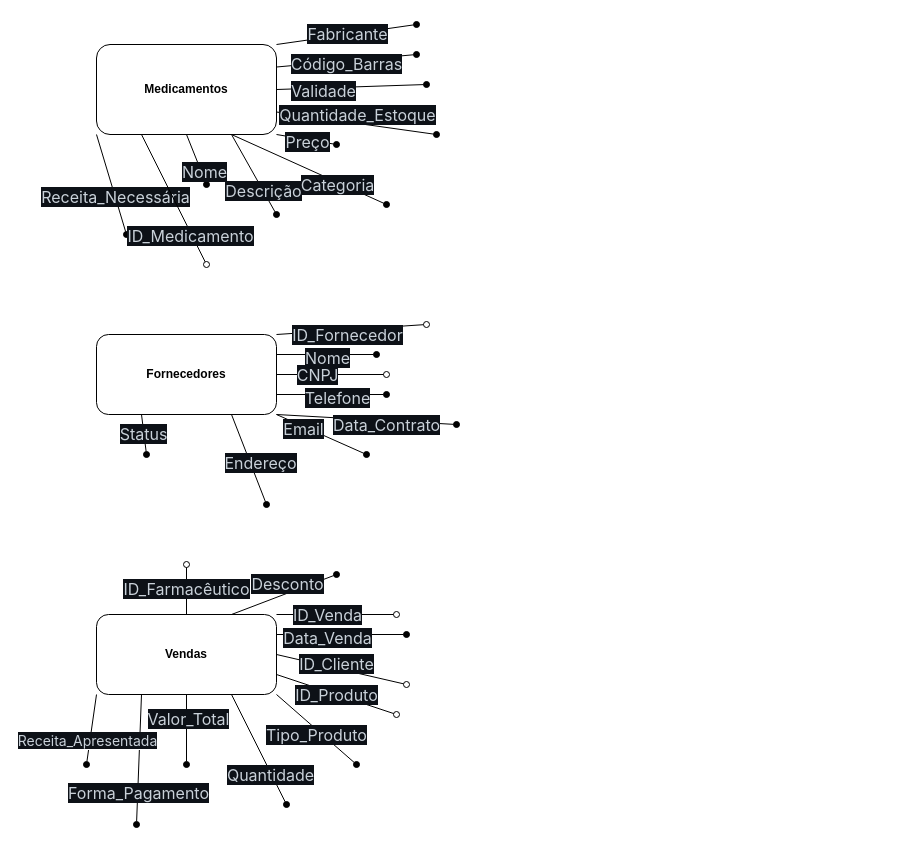
The draw.io diagram diagrams/diagramas.drawio in and3510/Bank_Pharmacie_Work, before the edit. Source tidied: cells renumbered, new cells numbered last; positions are measured from the earlier drawing's top-left corner, leaving out a move shared by most shapes. Both pictures are drawn from the tidied source at 100%, with x=0, y=0 at pixel (86, 24).
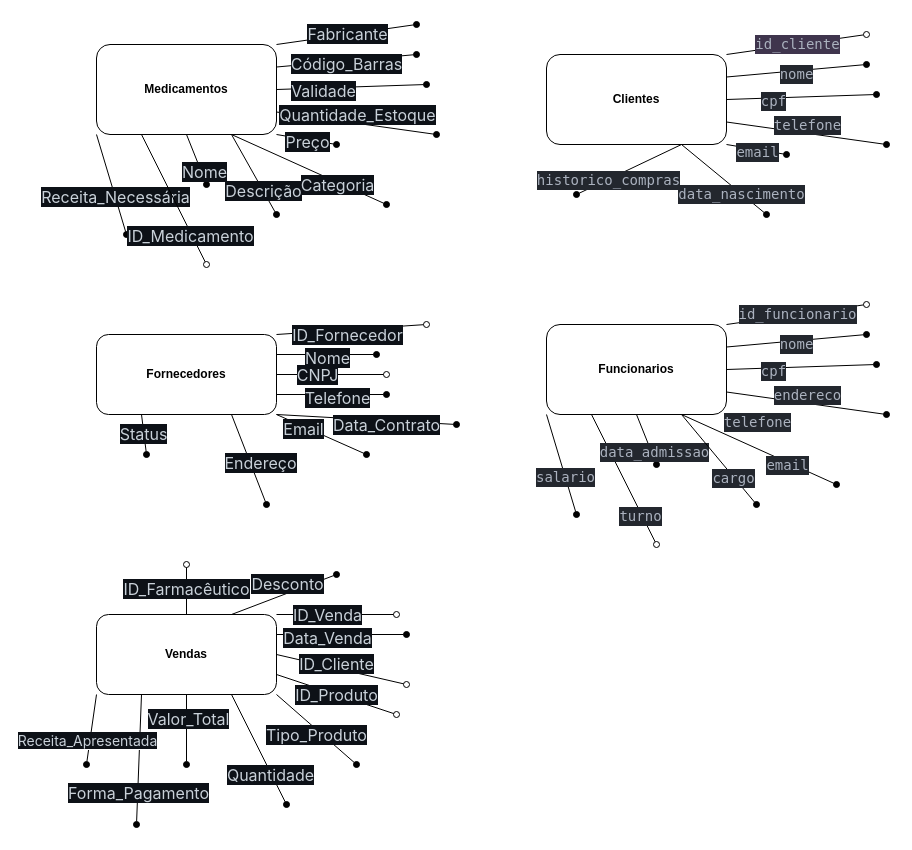
After the change.

Commit message (it also covers changes not shown here):
add tabelas e diagramas

Unchanged cells that the change refers to:
```xml
<mxCell id="44" value="&lt;b&gt;Medicamentos&lt;/b&gt;" style="rounded=1;whiteSpace=wrap;html=1;" parent="1" vertex="1">
  <mxGeometry x="10" y="20" width="180" height="90" as="geometry" />
</mxCell>
```

What changed in the source:
```diff
@@
-    <mxCell id="26" style="edgeStyle=none;html=1;exitX=0.25;exitY=1;exitDx=0;exitDy=0;endArrow=oval;endFill=0;" parent="1" edge="1" source="44">
+    <mxCell id="26" style="edgeStyle=none;html=1;exitX=0.25;exitY=1;exitDx=0;exitDy=0;endArrow=oval;endFill=0;fontStyle=1;" parent="1" edge="1" source="44">
       <mxGeometry relative="1" as="geometry">
         <mxPoint x="120" y="240" as="targetPoint" />
       </mxGeometry>
     </mxCell>
@@
+    <mxCell id="61" style="edgeStyle=none;html=1;exitX=0.75;exitY=1;exitDx=0;exitDy=0;endArrow=oval;endFill=1;" parent="1" edge="1" source="75">
+      <mxGeometry relative="1" as="geometry">
+        <mxPoint x="490" y="170" as="targetPoint" />
+      </mxGeometry>
+    </mxCell>
+    <mxCell id="62" value="&lt;div style=&quot;color: rgb(171, 178, 191); background-color: rgb(35, 39, 46); font-family: &amp;quot;Droid Sans Mono&amp;quot;, &amp;quot;monospace&amp;quot;, monospace; font-size: 14px; line-height: 19px;&quot;&gt;historico_compras&lt;/div&gt;" style="edgeLabel;html=1;align=center;verticalAlign=middle;" parent="61" vertex="1">
+      <mxGeometry x="0.39" relative="1" as="geometry">
+        <mxPoint y="1" as="offset" />
+      </mxGeometry>
+    </mxCell>
+    <mxCell id="63" style="edgeStyle=none;html=1;exitX=1;exitY=1;exitDx=0;exitDy=0;endArrow=oval;endFill=1;" parent="1" edge="1" source="75">
+      <mxGeometry relative="1" as="geometry">
+        <mxPoint x="700" y="130" as="targetPoint" />
+      </mxGeometry>
+    </mxCell>
+    <mxCell id="64" value="&lt;div style=&quot;color: rgb(171, 178, 191); background-color: rgb(35, 39, 46); font-family: &amp;quot;Droid Sans Mono&amp;quot;, &amp;quot;monospace&amp;quot;, monospace; font-size: 14px; line-height: 19px;&quot;&gt;email&lt;/div&gt;" style="edgeLabel;html=1;align=center;verticalAlign=middle;" parent="63" vertex="1">
+      <mxGeometry x="0.5" relative="1" as="geometry">
+        <mxPoint x="-15" as="offset" />
+      </mxGeometry>
+    </mxCell>
+    <mxCell id="65" style="edgeStyle=none;html=1;exitX=1;exitY=0.75;exitDx=0;exitDy=0;endArrow=oval;endFill=1;" parent="1" edge="1" source="75">
+      <mxGeometry relative="1" as="geometry">
+        <mxPoint x="800" y="120" as="targetPoint" />
+      </mxGeometry>
+    </mxCell>
+    <mxCell id="66" value="&lt;div style=&quot;color: rgb(171, 178, 191); background-color: rgb(35, 39, 46); font-family: &amp;quot;Droid Sans Mono&amp;quot;, &amp;quot;monospace&amp;quot;, monospace; font-size: 14px; line-height: 19px;&quot;&gt;telefone&lt;/div&gt;" style="edgeLabel;html=1;align=center;verticalAlign=middle;" parent="65" vertex="1">
+      <mxGeometry x="-0.57" y="-1" relative="1" as="geometry">
+        <mxPoint x="46" y="-3" as="offset" />
+      </mxGeometry>
+    </mxCell>
+    <mxCell id="67" style="edgeStyle=none;html=1;exitX=1;exitY=0.5;exitDx=0;exitDy=0;endArrow=oval;endFill=1;" parent="1" edge="1" source="75">
+      <mxGeometry relative="1" as="geometry">
+        <mxPoint x="790" y="70" as="targetPoint" />
+      </mxGeometry>
+    </mxCell>
+    <mxCell id="68" value="&lt;div style=&quot;color: rgb(171, 178, 191); background-color: rgb(35, 39, 46); font-family: &amp;quot;Droid Sans Mono&amp;quot;, &amp;quot;monospace&amp;quot;, monospace; font-weight: normal; font-size: 14px; line-height: 19px;&quot;&gt;&lt;div&gt;&lt;span style=&quot;color: #abb2bf;&quot;&gt;cpf&lt;/span&gt;&lt;/div&gt;&lt;/div&gt;" style="edgeLabel;html=1;align=center;verticalAlign=middle;" parent="67" vertex="1">
+      <mxGeometry x="-0.39" y="-3" relative="1" as="geometry" />
+    </mxCell>
+    <mxCell id="69" style="edgeStyle=none;html=1;exitX=1;exitY=0.25;exitDx=0;exitDy=0;endArrow=oval;endFill=1;" parent="1" edge="1" source="75">
+      <mxGeometry relative="1" as="geometry">
+        <mxPoint x="780" y="40" as="targetPoint" />
+      </mxGeometry>
+    </mxCell>
+    <mxCell id="70" value="&lt;div style=&quot;color: rgb(171, 178, 191); background-color: rgb(35, 39, 46); font-family: &amp;quot;Droid Sans Mono&amp;quot;, &amp;quot;monospace&amp;quot;, monospace; font-size: 14px; line-height: 19px;&quot;&gt;nome&lt;/div&gt;" style="edgeLabel;html=1;align=center;verticalAlign=middle;" parent="69" vertex="1">
+      <mxGeometry x="-0.39" y="-1" relative="1" as="geometry">
+        <mxPoint x="27" as="offset" />
+      </mxGeometry>
+    </mxCell>
+    <mxCell id="71" style="edgeStyle=none;html=1;exitX=1;exitY=0;exitDx=0;exitDy=0;endArrow=oval;endFill=0;" parent="1" edge="1" source="75">
+      <mxGeometry relative="1" as="geometry">
+        <mxPoint x="780" y="10" as="targetPoint" />
+      </mxGeometry>
+    </mxCell>
+    <mxCell id="72" value="&lt;div style=&quot;color: rgb(171, 178, 191); font-family: &amp;quot;Droid Sans Mono&amp;quot;, &amp;quot;monospace&amp;quot;, monospace; font-size: 14px; line-height: 19px;&quot;&gt;id_cliente&lt;/div&gt;" style="edgeLabel;html=1;align=center;verticalAlign=middle;labelBorderColor=none;labelBackgroundColor=#3F354D;" parent="71" vertex="1">
+      <mxGeometry x="-0.58" y="-3" relative="1" as="geometry">
+        <mxPoint x="40" y="-9" as="offset" />
+      </mxGeometry>
+    </mxCell>
+    <mxCell id="73" style="edgeStyle=none;html=1;exitX=0.75;exitY=1;exitDx=0;exitDy=0;endArrow=oval;endFill=1;" parent="1" edge="1" source="75">
+      <mxGeometry relative="1" as="geometry">
+        <mxPoint x="680" y="190" as="targetPoint" />
+      </mxGeometry>
+    </mxCell>
+    <mxCell id="74" value="&lt;div style=&quot;color: rgb(171, 178, 191); background-color: rgb(35, 39, 46); font-family: &amp;quot;Droid Sans Mono&amp;quot;, &amp;quot;monospace&amp;quot;, monospace; font-size: 14px; line-height: 19px;&quot;&gt;data_nascimento&lt;/div&gt;" style="edgeLabel;html=1;align=center;verticalAlign=middle;" parent="73" vertex="1">
+      <mxGeometry x="0.29" y="-2" relative="1" as="geometry">
+        <mxPoint x="6" y="3" as="offset" />
+      </mxGeometry>
+    </mxCell>
+    <mxCell id="75" value="&lt;b&gt;Clientes&lt;/b&gt;" style="rounded=1;whiteSpace=wrap;html=1;" parent="1" vertex="1">
+      <mxGeometry x="460" y="30" width="180" height="90" as="geometry" />
+    </mxCell>
+    <mxCell id="76" style="edgeStyle=none;html=1;endArrow=oval;endFill=1;exitX=0;exitY=1;exitDx=0;exitDy=0;" parent="1" edge="1" source="96">
+      <mxGeometry relative="1" as="geometry">
+        <mxPoint x="490" y="490" as="targetPoint" />
+      </mxGeometry>
+    </mxCell>
+    <mxCell id="77" value="&lt;div style=&quot;color: rgb(171, 178, 191); background-color: rgb(35, 39, 46); font-family: &amp;quot;Droid Sans Mono&amp;quot;, &amp;quot;monospace&amp;quot;, monospace; font-weight: normal; font-size: 14px; line-height: 19px;&quot;&gt;&lt;div&gt;&lt;span style=&quot;color: #abb2bf;&quot;&gt;salario&lt;/span&gt;&lt;/div&gt;&lt;/div&gt;" style="edgeLabel;html=1;align=center;verticalAlign=middle;" parent="76" vertex="1">
+      <mxGeometry x="0.34" y="-2" relative="1" as="geometry">
+        <mxPoint y="-5" as="offset" />
+      </mxGeometry>
+    </mxCell>
+    <mxCell id="78" style="edgeStyle=none;html=1;exitX=0.25;exitY=1;exitDx=0;exitDy=0;endArrow=oval;endFill=0;fontStyle=1;" parent="1" edge="1" source="96">
+      <mxGeometry relative="1" as="geometry">
+        <mxPoint x="570" y="520" as="targetPoint" />
+      </mxGeometry>
+    </mxCell>
+    <mxCell id="79" value="&lt;div style=&quot;color: rgb(171, 178, 191); background-color: rgb(35, 39, 46); font-family: &amp;quot;Droid Sans Mono&amp;quot;, &amp;quot;monospace&amp;quot;, monospace; font-weight: normal; font-size: 14px; line-height: 19px;&quot;&gt;&lt;div&gt;&lt;span style=&quot;color: #abb2bf;&quot;&gt;turno&lt;/span&gt;&lt;/div&gt;&lt;/div&gt;" style="edgeLabel;html=1;align=center;verticalAlign=middle;" parent="78" vertex="1">
+      <mxGeometry x="0.54" y="-2" relative="1" as="geometry" />
+    </mxCell>
+    <mxCell id="80" style="edgeStyle=none;html=1;exitX=0.5;exitY=1;exitDx=0;exitDy=0;endArrow=oval;endFill=1;" parent="1" edge="1" source="96">
+      <mxGeometry relative="1" as="geometry">
+        <mxPoint x="570" y="440" as="targetPoint" />
+      </mxGeometry>
+    </mxCell>
+    <mxCell id="81" value="&lt;div style=&quot;color: rgb(171, 178, 191); background-color: rgb(35, 39, 46); font-family: &amp;quot;Droid Sans Mono&amp;quot;, &amp;quot;monospace&amp;quot;, monospace; font-weight: normal; font-size: 14px; line-height: 19px;&quot;&gt;&lt;div&gt;&lt;span style=&quot;color: #abb2bf;&quot;&gt;data_admissao&lt;/span&gt;&lt;/div&gt;&lt;/div&gt;" style="edgeLabel;html=1;align=center;verticalAlign=middle;" parent="80" vertex="1">
+      <mxGeometry x="0.54" y="2" relative="1" as="geometry" />
+    </mxCell>
+    <mxCell id="82" style="edgeStyle=none;html=1;exitX=0.75;exitY=1;exitDx=0;exitDy=0;endArrow=oval;endFill=1;" parent="1" edge="1" source="96">
+      <mxGeometry relative="1" as="geometry">
+        <mxPoint x="670" y="480" as="targetPoint" />
+      </mxGeometry>
+    </mxCell>
+    <mxCell id="83" value="&lt;div style=&quot;color: rgb(171, 178, 191); background-color: rgb(35, 39, 46); font-family: &amp;quot;Droid Sans Mono&amp;quot;, &amp;quot;monospace&amp;quot;, monospace; font-weight: normal; font-size: 14px; line-height: 19px;&quot;&gt;&lt;div&gt;&lt;span style=&quot;color: #abb2bf;&quot;&gt;cargo&lt;/span&gt;&lt;/div&gt;&lt;/div&gt;" style="edgeLabel;html=1;align=center;verticalAlign=middle;" parent="82" vertex="1">
+      <mxGeometry x="0.39" relative="1" as="geometry">
+        <mxPoint y="1" as="offset" />
+      </mxGeometry>
+    </mxCell>
+    <mxCell id="84" style="edgeStyle=none;html=1;exitX=1;exitY=1;exitDx=0;exitDy=0;endArrow=oval;endFill=1;" parent="1" edge="1" source="96">
+      <mxGeometry relative="1" as="geometry">
+        <mxPoint x="700" y="400" as="targetPoint" />
+      </mxGeometry>
+    </mxCell>
+    <mxCell id="85" value="&lt;div style=&quot;color: rgb(171, 178, 191); background-color: rgb(35, 39, 46); font-family: &amp;quot;Droid Sans Mono&amp;quot;, &amp;quot;monospace&amp;quot;, monospace; font-weight: normal; font-size: 14px; line-height: 19px;&quot;&gt;&lt;div&gt;&lt;span style=&quot;color: #abb2bf;&quot;&gt;telefone&lt;/span&gt;&lt;/div&gt;&lt;/div&gt;" style="edgeLabel;html=1;align=center;verticalAlign=middle;" parent="84" vertex="1">
+      <mxGeometry x="0.5" relative="1" as="geometry">
+        <mxPoint x="-15" as="offset" />
+      </mxGeometry>
+    </mxCell>
+    <mxCell id="86" style="edgeStyle=none;html=1;exitX=1;exitY=0.75;exitDx=0;exitDy=0;endArrow=oval;endFill=1;" parent="1" edge="1" source="96">
+      <mxGeometry relative="1" as="geometry">
+        <mxPoint x="800" y="390" as="targetPoint" />
+      </mxGeometry>
+    </mxCell>
+    <mxCell id="87" value="&lt;div style=&quot;color: rgb(171, 178, 191); background-color: rgb(35, 39, 46); font-family: &amp;quot;Droid Sans Mono&amp;quot;, &amp;quot;monospace&amp;quot;, monospace; font-size: 14px; line-height: 19px;&quot;&gt;endereco&lt;/div&gt;" style="edgeLabel;html=1;align=center;verticalAlign=middle;" parent="86" vertex="1">
+      <mxGeometry x="-0.57" y="-1" relative="1" as="geometry">
+        <mxPoint x="46" y="-3" as="offset" />
+      </mxGeometry>
+    </mxCell>
+    <mxCell id="88" style="edgeStyle=none;html=1;exitX=1;exitY=0.5;exitDx=0;exitDy=0;endArrow=oval;endFill=1;" parent="1" edge="1" source="96">
+      <mxGeometry relative="1" as="geometry">
+        <mxPoint x="790" y="340" as="targetPoint" />
+      </mxGeometry>
+    </mxCell>
+    <mxCell id="89" value="&lt;div style=&quot;color: rgb(171, 178, 191); background-color: rgb(35, 39, 46); font-family: &amp;quot;Droid Sans Mono&amp;quot;, &amp;quot;monospace&amp;quot;, monospace; font-weight: normal; font-size: 14px; line-height: 19px;&quot;&gt;&lt;div&gt;&lt;span style=&quot;color: #abb2bf;&quot;&gt;cpf&lt;/span&gt;&lt;/div&gt;&lt;/div&gt;" style="edgeLabel;html=1;align=center;verticalAlign=middle;" parent="88" vertex="1">
+      <mxGeometry x="-0.39" y="-3" relative="1" as="geometry" />
+    </mxCell>
+    <mxCell id="90" style="edgeStyle=none;html=1;exitX=1;exitY=0.25;exitDx=0;exitDy=0;endArrow=oval;endFill=1;" parent="1" edge="1" source="96">
+      <mxGeometry relative="1" as="geometry">
+        <mxPoint x="780" y="310" as="targetPoint" />
+      </mxGeometry>
+    </mxCell>
+    <mxCell id="91" value="&lt;div style=&quot;color: rgb(171, 178, 191); background-color: rgb(35, 39, 46); font-family: &amp;quot;Droid Sans Mono&amp;quot;, &amp;quot;monospace&amp;quot;, monospace; font-size: 14px; line-height: 19px;&quot;&gt;nome&lt;/div&gt;" style="edgeLabel;html=1;align=center;verticalAlign=middle;" parent="90" vertex="1">
+      <mxGeometry x="-0.39" y="-1" relative="1" as="geometry">
+        <mxPoint x="27" as="offset" />
+      </mxGeometry>
+    </mxCell>
+    <mxCell id="92" style="edgeStyle=none;html=1;exitX=1;exitY=0;exitDx=0;exitDy=0;endArrow=oval;endFill=0;" parent="1" edge="1" source="96">
+      <mxGeometry relative="1" as="geometry">
+        <mxPoint x="780" y="280" as="targetPoint" />
+      </mxGeometry>
+    </mxCell>
+    <mxCell id="93" value="&lt;div style=&quot;color: rgb(171, 178, 191); background-color: rgb(35, 39, 46); font-family: &amp;quot;Droid Sans Mono&amp;quot;, &amp;quot;monospace&amp;quot;, monospace; font-weight: normal; font-size: 14px; line-height: 19px;&quot;&gt;&lt;div&gt;&lt;span style=&quot;color: #abb2bf;&quot;&gt;id_funcionario&lt;/span&gt;&lt;/div&gt;&lt;/div&gt;" style="edgeLabel;html=1;align=center;verticalAlign=middle;" parent="92" vertex="1">
+      <mxGeometry x="-0.58" y="-3" relative="1" as="geometry">
+        <mxPoint x="40" y="-9" as="offset" />
+      </mxGeometry>
+    </mxCell>
+    <mxCell id="94" style="edgeStyle=none;html=1;exitX=0.75;exitY=1;exitDx=0;exitDy=0;endArrow=oval;endFill=1;" parent="1" edge="1" source="96">
+      <mxGeometry relative="1" as="geometry">
+        <mxPoint x="750" y="460" as="targetPoint" />
+      </mxGeometry>
+    </mxCell>
+    <mxCell id="95" value="&lt;div style=&quot;color: rgb(171, 178, 191); background-color: rgb(35, 39, 46); font-family: &amp;quot;Droid Sans Mono&amp;quot;, &amp;quot;monospace&amp;quot;, monospace; font-size: 14px; line-height: 19px;&quot;&gt;email&lt;/div&gt;" style="edgeLabel;html=1;align=center;verticalAlign=middle;" parent="94" vertex="1">
+      <mxGeometry x="0.29" y="-2" relative="1" as="geometry">
+        <mxPoint x="6" y="3" as="offset" />
+      </mxGeometry>
+    </mxCell>
+    <mxCell id="96" value="&lt;b&gt;Funcionarios&lt;/b&gt;" style="rounded=1;whiteSpace=wrap;html=1;" parent="1" vertex="1">
+      <mxGeometry x="460" y="300" width="180" height="90" as="geometry" />
+    </mxCell>
```
